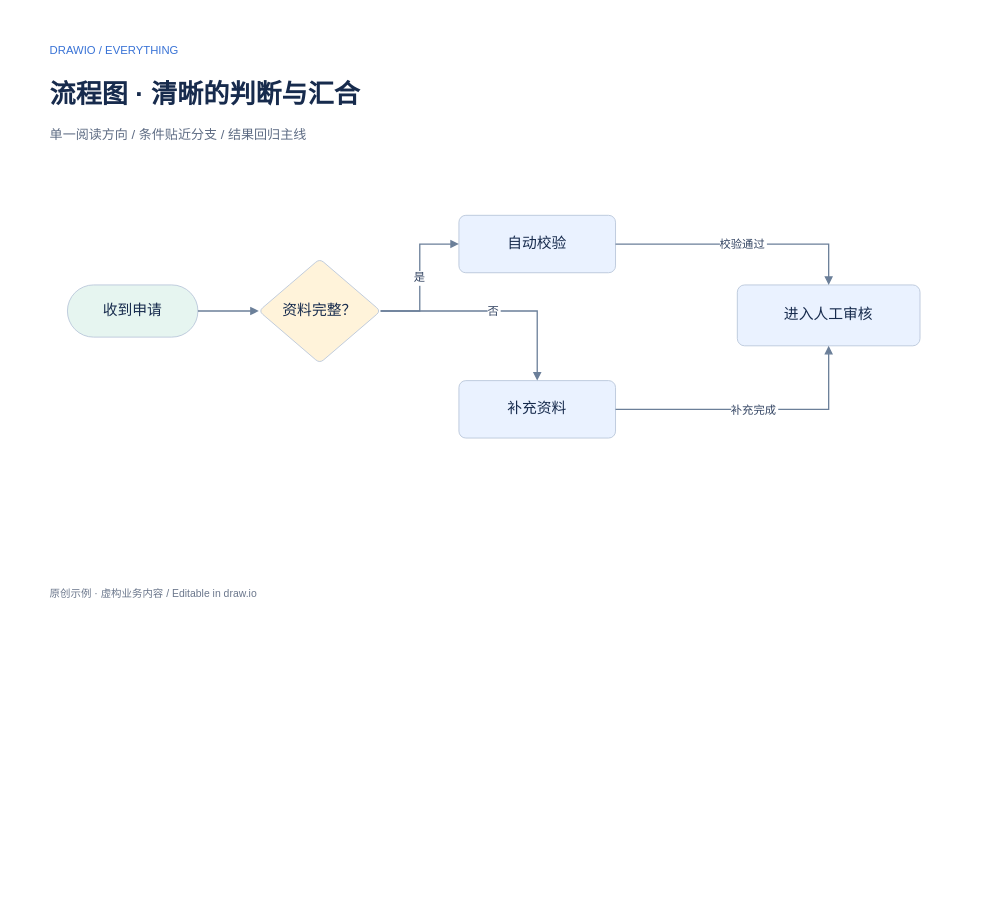
The draw.io diagram examples/01-flow.drawio in Junglepan/draw-io-everything, before the edit. Source tidied: cells renumbered, new cells numbered last; positions are measured from the earlier drawing's top-left corner, leaving out a move shared by most shapes. Both pictures are drawn from the tidied source at 87%, with x=0, y=0 at pixel (15, 15).
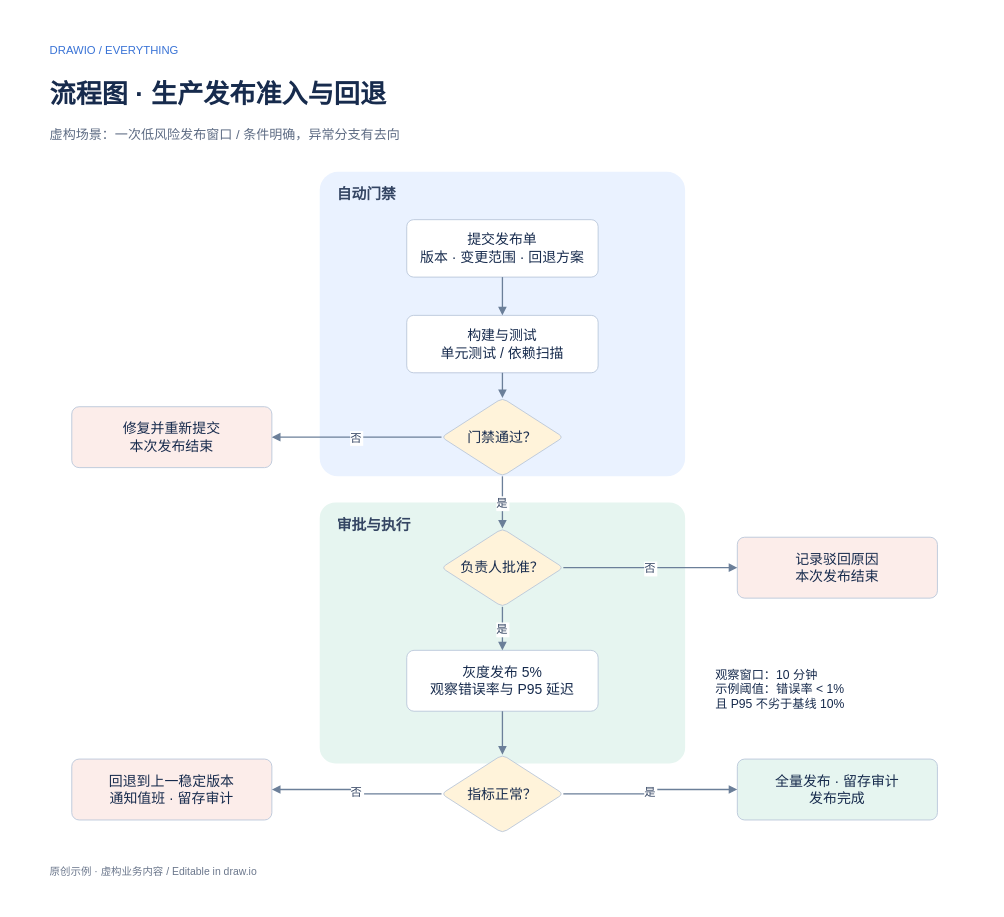
The same page after the edit.

Diff of the diagram source:
```diff
@@
     <mxCell id="2" style="rounded=1;whiteSpace=wrap;html=0;fontFamily=Arial;fontSize=17;fontColor=#172B4D;fillColor=#FFFFFF;strokeColor=#B8C6D9;arcSize=12;spacing=10;strokeColor=none;" parent="1" vertex="1">
-      <mxGeometry width="1120" height="700" as="geometry" />
+      <mxGeometry width="1120" height="1020" as="geometry" />
     </mxCell>
@@
-    <mxCell id="4" value="流程图 · 清晰的判断与汇合" style="rounded=1;whiteSpace=wrap;html=0;fontFamily=Arial;fontSize=17;fontColor=#172B4D;fillColor=none;strokeColor=#B8C6D9;arcSize=12;spacing=10;strokeColor=none;align=left;verticalAlign=middle;spacing=0;fontSize=30;fontColor=#172B4D;fontStyle=1;" parent="1" vertex="1">
+    <mxCell id="4" value="流程图 · 生产发布准入与回退" style="rounded=1;whiteSpace=wrap;html=0;fontFamily=Arial;fontSize=17;fontColor=#172B4D;fillColor=none;strokeColor=#B8C6D9;arcSize=12;spacing=10;strokeColor=none;align=left;verticalAlign=middle;spacing=0;fontSize=30;fontColor=#172B4D;fontStyle=1;" parent="1" vertex="1">
       <mxGeometry x="40" y="66" width="1040" height="48" as="geometry" />
     </mxCell>
-    <mxCell id="5" value="单一阅读方向 / 条件贴近分支 / 结果回归主线" style="rounded=1;whiteSpace=wrap;html=0;fontFamily=Arial;fontSize=17;fontColor=#172B4D;fillColor=none;strokeColor=#B8C6D9;arcSize=12;spacing=10;strokeColor=none;align=left;verticalAlign=middle;spacing=0;fontSize=15;fontColor=#5E6C84;fontStyle=0;" parent="1" vertex="1">
+    <mxCell id="5" value="虚构场景：一次低风险发布窗口 / 条件明确，异常分支有去向" style="rounded=1;whiteSpace=wrap;html=0;fontFamily=Arial;fontSize=17;fontColor=#172B4D;fillColor=none;strokeColor=#B8C6D9;arcSize=12;spacing=10;strokeColor=none;align=left;verticalAlign=middle;spacing=0;fontSize=15;fontColor=#5E6C84;fontStyle=0;" parent="1" vertex="1">
       <mxGeometry x="40" y="121" width="1040" height="32" as="geometry" />
     </mxCell>
     <mxCell id="6" value="原创示例 · 虚构业务内容  /  Editable in draw.io" style="rounded=1;whiteSpace=wrap;html=0;fontFamily=Arial;fontSize=17;fontColor=#172B4D;fillColor=none;strokeColor=#B8C6D9;arcSize=12;spacing=10;strokeColor=none;align=left;verticalAlign=middle;spacing=0;fontSize=12;fontColor=#6B778C;fontStyle=0;" parent="1" vertex="1">
-      <mxGeometry x="40" y="654" width="1040" height="22" as="geometry" />
+      <mxGeometry x="40" y="974" width="1040" height="22" as="geometry" />
     </mxCell>
-    <mxCell id="7" value="收到申请" style="rounded=1;whiteSpace=wrap;html=0;fontFamily=Arial;fontSize=17;fontColor=#172B4D;fillColor=#E6F5F0;strokeColor=#B8C6D9;arcSize=12;spacing=10;rounded=1;arcSize=50;" parent="1" vertex="1">
-      <mxGeometry x="60" y="310" width="150" height="60" as="geometry" />
+    <mxCell id="7" style="rounded=1;whiteSpace=wrap;html=0;fontFamily=Arial;fontSize=17;fontColor=#172B4D;fillColor=#EAF2FF;strokeColor=#B8C6D9;arcSize=12;spacing=10;strokeColor=none;arcSize=6;" parent="1" vertex="1">
+      <mxGeometry x="350" y="180" width="420" height="350" as="geometry" />
     </mxCell>
-    <mxCell id="8" value="资料完整？" style="rounded=1;whiteSpace=wrap;html=0;fontFamily=Arial;fontSize=17;fontColor=#172B4D;fillColor=#FFF3DA;strokeColor=#B8C6D9;arcSize=12;spacing=10;shape=rhombus;" parent="1" vertex="1">
-      <mxGeometry x="280" y="280" width="140" height="120" as="geometry" />
+    <mxCell id="8" value="自动门禁" style="rounded=1;whiteSpace=wrap;html=0;fontFamily=Arial;fontSize=17;fontColor=#172B4D;fillColor=none;strokeColor=#B8C6D9;arcSize=12;spacing=10;strokeColor=none;align=left;verticalAlign=middle;spacing=0;fontSize=17;fontColor=#344563;fontStyle=1;" parent="1" vertex="1">
+      <mxGeometry x="370" y="192" width="380" height="30" as="geometry" />
     </mxCell>
-    <mxCell id="9" value="自动校验" style="rounded=1;whiteSpace=wrap;html=0;fontFamily=Arial;fontSize=17;fontColor=#172B4D;fillColor=#EAF2FF;strokeColor=#B8C6D9;arcSize=12;spacing=10;" parent="1" vertex="1">
-      <mxGeometry x="510" y="230" width="180" height="66" as="geometry" />
+    <mxCell id="9" value="提交发布单&#10;版本 · 变更范围 · 回退方案" style="rounded=1;whiteSpace=wrap;html=0;fontFamily=Arial;fontSize=17;fontColor=#172B4D;fillColor=#FFFFFF;strokeColor=#B8C6D9;arcSize=12;spacing=10;fontSize=16;" parent="1" vertex="1">
+      <mxGeometry x="450" y="235" width="220" height="66" as="geometry" />
     </mxCell>
-    <mxCell id="10" value="补充资料" style="rounded=1;whiteSpace=wrap;html=0;fontFamily=Arial;fontSize=17;fontColor=#172B4D;fillColor=#EAF2FF;strokeColor=#B8C6D9;arcSize=12;spacing=10;" parent="1" vertex="1">
-      <mxGeometry x="510" y="420" width="180" height="66" as="geometry" />
+    <mxCell id="10" value="构建与测试&#10;单元测试 / 依赖扫描" style="rounded=1;whiteSpace=wrap;html=0;fontFamily=Arial;fontSize=17;fontColor=#172B4D;fillColor=#FFFFFF;strokeColor=#B8C6D9;arcSize=12;spacing=10;fontSize=16;" parent="1" vertex="1">
+      <mxGeometry x="450" y="345" width="220" height="66" as="geometry" />
     </mxCell>
-    <mxCell id="11" value="进入人工审核" style="rounded=1;whiteSpace=wrap;html=0;fontFamily=Arial;fontSize=17;fontColor=#172B4D;fillColor=#EAF2FF;strokeColor=#B8C6D9;arcSize=12;spacing=10;" parent="1" vertex="1">
-      <mxGeometry x="830" y="310" width="210" height="70" as="geometry" />
+    <mxCell id="11" value="门禁通过？" style="rounded=1;whiteSpace=wrap;html=0;fontFamily=Arial;fontSize=17;fontColor=#172B4D;fillColor=#FFF3DA;strokeColor=#B8C6D9;arcSize=12;spacing=10;shape=rhombus;fontSize=16;" parent="1" vertex="1">
+      <mxGeometry x="490" y="440" width="140" height="90" as="geometry" />
     </mxCell>
-    <mxCell id="12" style="edgeStyle=orthogonalEdgeStyle;rounded=0;html=0;endArrow=block;endFill=1;strokeColor=#6B7F99;strokeWidth=1.5;fontFamily=Arial;fontSize=13;fontColor=#344563;labelBackgroundColor=#FFFFFF;" parent="1" edge="1" source="7" target="8">
-      <mxGeometry relative="1" as="geometry" />
-    </mxCell>
-    <mxCell id="13" value="是" style="edgeStyle=orthogonalEdgeStyle;rounded=0;html=0;endArrow=block;endFill=1;strokeColor=#6B7F99;strokeWidth=1.5;fontFamily=Arial;fontSize=13;fontColor=#344563;labelBackgroundColor=#FFFFFF;" parent="1" edge="1" source="8" target="9">
-      <mxGeometry relative="1" as="geometry" />
-    </mxCell>
-    <mxCell id="14" value="否" style="edgeStyle=orthogonalEdgeStyle;rounded=0;html=0;endArrow=block;endFill=1;strokeColor=#6B7F99;strokeWidth=1.5;fontFamily=Arial;fontSize=13;fontColor=#344563;labelBackgroundColor=#FFFFFF;" parent="1" edge="1" source="8" target="10">
-      <mxGeometry relative="1" as="geometry" />
-    </mxCell>
-    <mxCell id="15" value="校验通过" style="edgeStyle=orthogonalEdgeStyle;rounded=0;html=0;endArrow=block;endFill=1;strokeColor=#6B7F99;strokeWidth=1.5;fontFamily=Arial;fontSize=13;fontColor=#344563;labelBackgroundColor=#FFFFFF;" parent="1" edge="1" source="9" target="11">
-      <mxGeometry relative="1" as="geometry" />
-    </mxCell>
+    <mxCell id="17" value="修复并重新提交&#10;本次发布结束" style="rounded=1;whiteSpace=wrap;html=0;fontFamily=Arial;fontSize=17;fontColor=#172B4D;fillColor=#FCEDEA;strokeColor=#B8C6D9;arcSize=12;spacing=10;fontSize=16;" parent="1" vertex="1">
+      <mxGeometry x="65" y="450" width="230" height="70" as="geometry" />
+    </mxCell>
+    <mxCell id="18" style="rounded=1;whiteSpace=wrap;html=0;fontFamily=Arial;fontSize=17;fontColor=#172B4D;fillColor=#E6F5F0;strokeColor=#B8C6D9;arcSize=12;spacing=10;strokeColor=none;arcSize=6;" parent="1" vertex="1">
+      <mxGeometry x="350" y="560" width="420" height="300" as="geometry" />
+    </mxCell>
+    <mxCell id="19" value="审批与执行" style="rounded=1;whiteSpace=wrap;html=0;fontFamily=Arial;fontSize=17;fontColor=#172B4D;fillColor=none;strokeColor=#B8C6D9;arcSize=12;spacing=10;strokeColor=none;align=left;verticalAlign=middle;spacing=0;fontSize=17;fontColor=#344563;fontStyle=1;" parent="1" vertex="1">
+      <mxGeometry x="370" y="572" width="380" height="30" as="geometry" />
+    </mxCell>
+    <mxCell id="20" value="负责人批准？" style="rounded=1;whiteSpace=wrap;html=0;fontFamily=Arial;fontSize=17;fontColor=#172B4D;fillColor=#FFF3DA;strokeColor=#B8C6D9;arcSize=12;spacing=10;shape=rhombus;fontSize=16;" parent="1" vertex="1">
+      <mxGeometry x="490" y="590" width="140" height="90" as="geometry" />
+    </mxCell>
+    <mxCell id="21" value="记录驳回原因&#10;本次发布结束" style="rounded=1;whiteSpace=wrap;html=0;fontFamily=Arial;fontSize=17;fontColor=#172B4D;fillColor=#FCEDEA;strokeColor=#B8C6D9;arcSize=12;spacing=10;fontSize=16;" parent="1" vertex="1">
+      <mxGeometry x="830" y="600" width="230" height="70" as="geometry" />
+    </mxCell>
+    <mxCell id="22" value="灰度发布 5%&#10;观察错误率与 P95 延迟" style="rounded=1;whiteSpace=wrap;html=0;fontFamily=Arial;fontSize=17;fontColor=#172B4D;fillColor=#FFFFFF;strokeColor=#B8C6D9;arcSize=12;spacing=10;fontSize=16;" parent="1" vertex="1">
+      <mxGeometry x="450" y="730" width="220" height="70" as="geometry" />
+    </mxCell>
+    <mxCell id="23" value="指标正常？" style="rounded=1;whiteSpace=wrap;html=0;fontFamily=Arial;fontSize=17;fontColor=#172B4D;fillColor=#FFF3DA;strokeColor=#B8C6D9;arcSize=12;spacing=10;shape=rhombus;fontSize=16;" parent="1" vertex="1">
+      <mxGeometry x="490" y="850" width="140" height="90" as="geometry" />
+    </mxCell>
+    <mxCell id="24" value="全量发布 · 留存审计&#10;发布完成" style="rounded=1;whiteSpace=wrap;html=0;fontFamily=Arial;fontSize=17;fontColor=#172B4D;fillColor=#E6F5F0;strokeColor=#B8C6D9;arcSize=12;spacing=10;fontSize=16;" parent="1" vertex="1">
+      <mxGeometry x="830" y="855" width="230" height="70" as="geometry" />
+    </mxCell>
+    <mxCell id="25" value="回退到上一稳定版本&#10;通知值班 · 留存审计" style="rounded=1;whiteSpace=wrap;html=0;fontFamily=Arial;fontSize=17;fontColor=#172B4D;fillColor=#FCEDEA;strokeColor=#B8C6D9;arcSize=12;spacing=10;fontSize=16;" parent="1" vertex="1">
+      <mxGeometry x="65" y="855" width="230" height="70" as="geometry" />
+    </mxCell>
+    <mxCell id="26" style="edgeStyle=orthogonalEdgeStyle;rounded=1;arcSize=16;html=0;endArrow=block;endFill=1;strokeColor=#6B7F99;strokeWidth=1.5;fontFamily=Arial;fontSize=13;fontColor=#344563;labelBackgroundColor=#FFFFFF;rounded=1;arcSize=14;" parent="1" edge="1" source="9" target="10">
+      <mxGeometry relative="1" as="geometry" />
+    </mxCell>
-    <mxCell id="16" value="补充完成" style="edgeStyle=orthogonalEdgeStyle;rounded=0;html=0;endArrow=block;endFill=1;strokeColor=#6B7F99;strokeWidth=1.5;fontFamily=Arial;fontSize=13;fontColor=#344563;labelBackgroundColor=#FFFFFF;" parent="1" edge="1" source="10" target="11">
+    <mxCell id="16" style="edgeStyle=orthogonalEdgeStyle;rounded=1;arcSize=16;html=0;endArrow=block;endFill=1;strokeColor=#6B7F99;strokeWidth=1.5;fontFamily=Arial;fontSize=13;fontColor=#344563;labelBackgroundColor=#FFFFFF;rounded=1;arcSize=14;" parent="1" edge="1" source="10" target="11">
       <mxGeometry relative="1" as="geometry" />
     </mxCell>
+    <mxCell id="27" value="否" style="edgeStyle=orthogonalEdgeStyle;rounded=1;arcSize=16;html=0;endArrow=block;endFill=1;strokeColor=#6B7F99;strokeWidth=1.5;fontFamily=Arial;fontSize=13;fontColor=#344563;labelBackgroundColor=#FFFFFF;rounded=1;arcSize=14;exitX=0;exitY=0.5;entryX=1;entryY=0.5;" parent="1" edge="1" source="11" target="17">
+      <mxGeometry relative="1" as="geometry" />
+    </mxCell>
+    <mxCell id="28" value="是" style="edgeStyle=orthogonalEdgeStyle;rounded=1;arcSize=16;html=0;endArrow=block;endFill=1;strokeColor=#6B7F99;strokeWidth=1.5;fontFamily=Arial;fontSize=13;fontColor=#344563;labelBackgroundColor=#FFFFFF;rounded=1;arcSize=14;" parent="1" edge="1" source="11" target="20">
+      <mxGeometry relative="1" as="geometry" />
+    </mxCell>
+    <mxCell id="29" value="否" style="edgeStyle=orthogonalEdgeStyle;rounded=1;arcSize=16;html=0;endArrow=block;endFill=1;strokeColor=#6B7F99;strokeWidth=1.5;fontFamily=Arial;fontSize=13;fontColor=#344563;labelBackgroundColor=#FFFFFF;rounded=1;arcSize=14;exitX=1;exitY=0.5;entryX=0;entryY=0.5;" parent="1" edge="1" source="20" target="21">
+      <mxGeometry relative="1" as="geometry" />
+    </mxCell>
+    <mxCell id="30" value="是" style="edgeStyle=orthogonalEdgeStyle;rounded=1;arcSize=16;html=0;endArrow=block;endFill=1;strokeColor=#6B7F99;strokeWidth=1.5;fontFamily=Arial;fontSize=13;fontColor=#344563;labelBackgroundColor=#FFFFFF;rounded=1;arcSize=14;" parent="1" edge="1" source="20" target="22">
+      <mxGeometry relative="1" as="geometry" />
+    </mxCell>
+    <mxCell id="31" style="edgeStyle=orthogonalEdgeStyle;rounded=1;arcSize=16;html=0;endArrow=block;endFill=1;strokeColor=#6B7F99;strokeWidth=1.5;fontFamily=Arial;fontSize=13;fontColor=#344563;labelBackgroundColor=#FFFFFF;rounded=1;arcSize=14;" parent="1" edge="1" source="22" target="23">
+      <mxGeometry relative="1" as="geometry" />
+    </mxCell>
+    <mxCell id="32" value="是" style="edgeStyle=orthogonalEdgeStyle;rounded=1;arcSize=16;html=0;endArrow=block;endFill=1;strokeColor=#6B7F99;strokeWidth=1.5;fontFamily=Arial;fontSize=13;fontColor=#344563;labelBackgroundColor=#FFFFFF;rounded=1;arcSize=14;exitX=1;exitY=0.5;entryX=0;entryY=0.5;" parent="1" edge="1" source="23" target="24">
+      <mxGeometry relative="1" as="geometry" />
+    </mxCell>
+    <mxCell id="33" value="否" style="edgeStyle=orthogonalEdgeStyle;rounded=1;arcSize=16;html=0;endArrow=block;endFill=1;strokeColor=#6B7F99;strokeWidth=1.5;fontFamily=Arial;fontSize=13;fontColor=#344563;labelBackgroundColor=#FFFFFF;rounded=1;arcSize=14;exitX=0;exitY=0.5;entryX=1;entryY=0.5;" parent="1" edge="1" source="23" target="25">
+      <mxGeometry relative="1" as="geometry" />
+    </mxCell>
+    <mxCell id="34" value="观察窗口：10 分钟&#10;示例阈值：错误率 &lt; 1%&#10;且 P95 不劣于基线 10%" style="rounded=1;whiteSpace=wrap;html=0;fontFamily=Arial;fontSize=17;fontColor=#172B4D;fillColor=none;strokeColor=#B8C6D9;arcSize=12;spacing=10;strokeColor=none;align=left;verticalAlign=middle;spacing=0;fontSize=14;fontColor=#172B4D;fontStyle=0;" parent="1" vertex="1">
+      <mxGeometry x="805" y="735" width="275" height="80" as="geometry" />
+    </mxCell>
```
